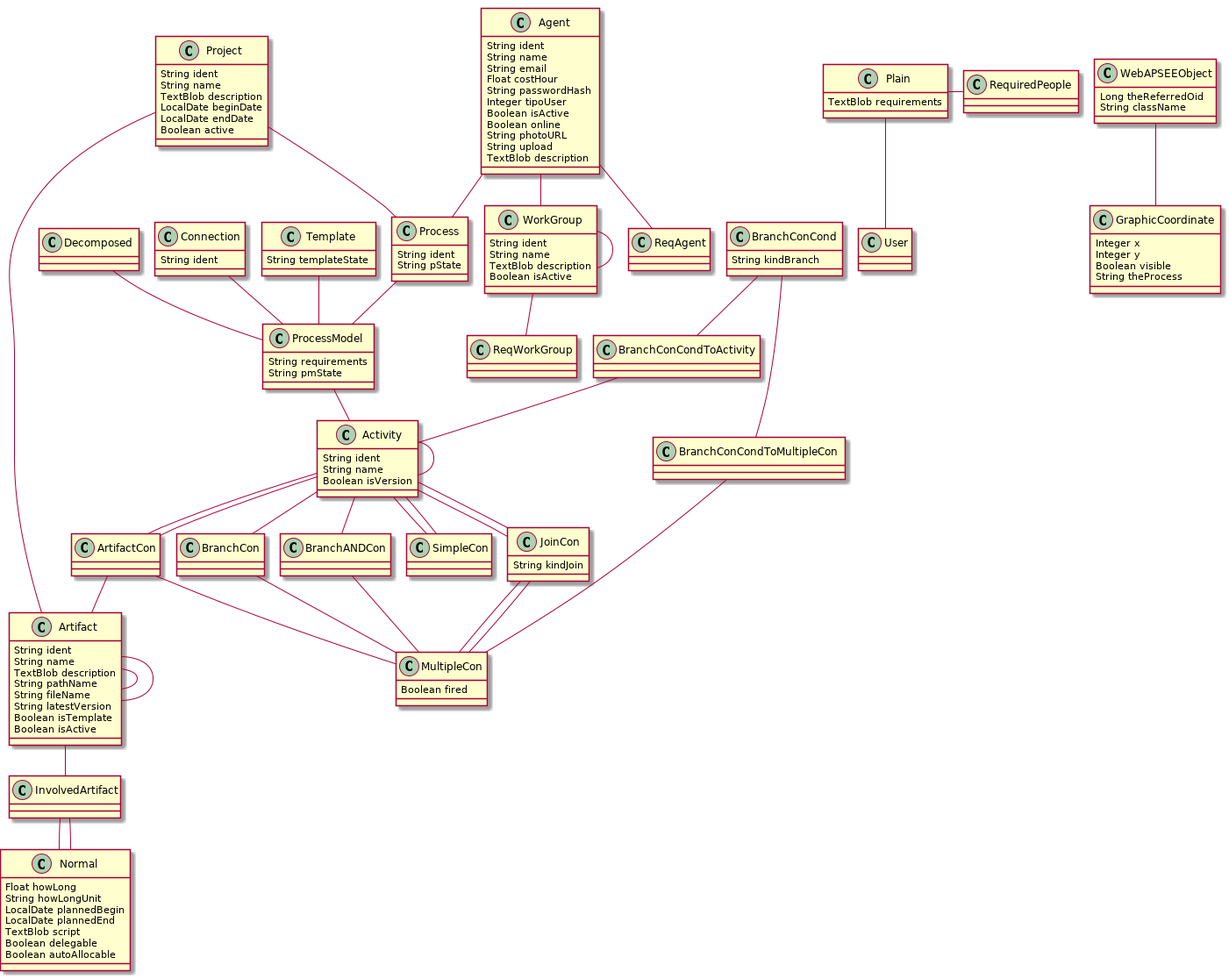
The PlantUML diagram data-model.png in Lakshamana/spm-mini, before a commit. Source of this version:
```plantuml
@startuml
	!pragma graphviz_dot jdot
	!pragma syntax class
	class Activity  {
		String ident
		String name
		Boolean isVersion
	}
	class Decomposed  {
	}
	class Plain  {
		TextBlob requirements
	}
	Activity  "hasVersions 0..1 " --o "isVersionOf 0..* "  Activity
	Activity  "fromSimpleCon 0..1 " --o "toActivity 0..* "  SimpleCon
	Activity  "toSimpleCon 0..1 " --o "fromActivity 0..* "  SimpleCon
	Activity  "fromJoinCon 0..1 " --o "toActivity 0..* "  JoinCon
	Activity  "toBranchCon 0..1 " --o "fromActivity 0..* "  BranchCon
	Activity  "toJoinCon 0..* " o--o "fromActivity 0..* "  JoinCon
	Activity  "fromBranchANDCon 0..* " o--o "toActivity 0..* "  BranchANDCon
	Activity  "fromArtifactCon 0..* " o--o "toActivity 0..* "  ArtifactCon
	Activity  "toArtifactCon 0..* " o--o "fromActivity 0..* "  ArtifactCon
	Decomposed  "theReferedProcessModel 0..1 " -- "theDecomposed 0..1 "  ProcessModel
	class Agent  {
		String ident
		String name
		String email
		Float costHour
		String passwordHash
		Integer tipoUser
		Boolean isActive
		Boolean online
		String photoURL
		String upload
		TextBlob description
	}
	class WorkGroup  {
		String ident
		String name
		TextBlob description
		Boolean isActive
	}
	WorkGroup  "superGroup 0..* " o-- "subGroups 0..1 "  WorkGroup
	Agent  "theReqAgent 0..1 " --o "theAgent 0..* "  ReqAgent
	WorkGroup  "theReqGroup 0..1 " --o "theWorkGroup 0..* "  ReqWorkGroup
	Agent  "theProcess 0..* " o--o "theAgent 0..* "  Process
	Agent  "theWorkGroup 0..* " o--o "theAgent 0..* "  WorkGroup
	class Artifact  {
		String ident
		String name
		TextBlob description
		String pathName
		String fileName
		String latestVersion
		Boolean isTemplate
		Boolean isActive
	}
	Artifact  "derivedFrom 0..* " o-- "derivedTo 0..1 "  Artifact
	Artifact  "belongsTo 0..* " o-- "possess 0..1 "  Artifact
	Artifact  "theInvolvedArtifacts 0..1 " --o "theArtifact 0..* "  InvolvedArtifact
	class Connection  {
		String ident
	}
	class ArtifactCon  {
	}
	class SimpleCon  {
	}
	class JoinCon  {
		String kindJoin
	}
	class MultipleCon  {
		Boolean fired
	}
	class BranchCon  {
	}
	class BranchANDCon  {
	}
	class BranchConCond  {
		String kindBranch
	}
	class BranchConCondToActivity  {
	}
	class BranchConCondToMultipleCon  {
	}
	BranchConCond  "theBranchConCondToActivity 0..1 " --o "theBranchConCond 0..* "  BranchConCondToActivity
	BranchConCond  "theBranchConCondToMultipleCon 0..1 " --o "theBranchConCond 0..* "  BranchConCondToMultipleCon
	ArtifactCon  "theArtifact 0..* " o-- "theArtifactCon 0..1 "  Artifact
	Connection  "theProcessModel 0..* " o-- "theConnection 0..1 "  ProcessModel
	BranchCon  "fromMultipleConnection 0..* " o-- "toBranchCon 0..1 "  MultipleCon
	BranchConCondToActivity  "theActivity 0..* " o-- "theBranchConCondToActivity 0..1 "  Activity
	BranchConCondToMultipleCon  "theMultipleCon 0..* " o-- "theBranchConCondToMultipleCon 0..1 "  MultipleCon
	JoinCon  "toMultipleCon 0..* " o-- "theJoinCon 0..1 "  MultipleCon
	ArtifactCon  "toMultipleCon 0..* " o--o "fromArtifactCon 0..* "  MultipleCon
	BranchANDCon  "toMultipleCon 0..* " o--o "theBranchANDCon 0..* "  MultipleCon
	JoinCon  "fromMultipleCon 0..* " o--o "theJoinConToMultipleCon 0..* "  MultipleCon
	class Project  {
		String ident
		String name
		TextBlob description
		LocalDate beginDate
		LocalDate endDate
		Boolean active
	}
	Project  "processRefered 0..* " o-- "theProject 0..1 "  Process
	Project  "finalArtifacts 0..1 " --o "theProject 0..* "  Artifact
	class InvolvedArtifact  {
	}
	class Normal  {
		Float howLong
		String howLongUnit
		LocalDate plannedBegin
		LocalDate plannedEnd
		TextBlob script
		Boolean delegable
		Boolean autoAllocable
	}
	class RequiredPeople  {
	}
	class ReqAgent  {
	}
	class ReqWorkGroup  {
	}
	InvolvedArtifact  "inInvolvedArtifacts 0..* " o-- "involvedArtifactToNormal 0..1 "  Normal
	InvolvedArtifact  "outInvolvedArtifacts 0..* " o-- "involvedArtifactFromNormal 0..1 "  Normal
	class GraphicCoordinate  {
		Integer x
		Integer y
		Boolean visible
		String theProcess
	}
	class WebAPSEEObject  {
		Long theReferredOid
		String className
	}
	WebAPSEEObject  "theGraphicCoordinate 0..1 " -- "theObjectReference 0..1 "  GraphicCoordinate
	class Process  {
		String ident
		String pState
	}
	class ProcessModel  {
		String requirements
		String pmState
	}
	class Template  {
		String templateState
	}
	ProcessModel  "theActivity 0..1 " --o "theProcessModel 0..* "  Activity
	Template  "theInstances 0..1 " --o "theOrigin 0..* "  ProcessModel
	Process  "theProcessModel 0..1 " -- "theProcess 0..1 "  ProcessModel
	class User  {
	}
@enduml
```
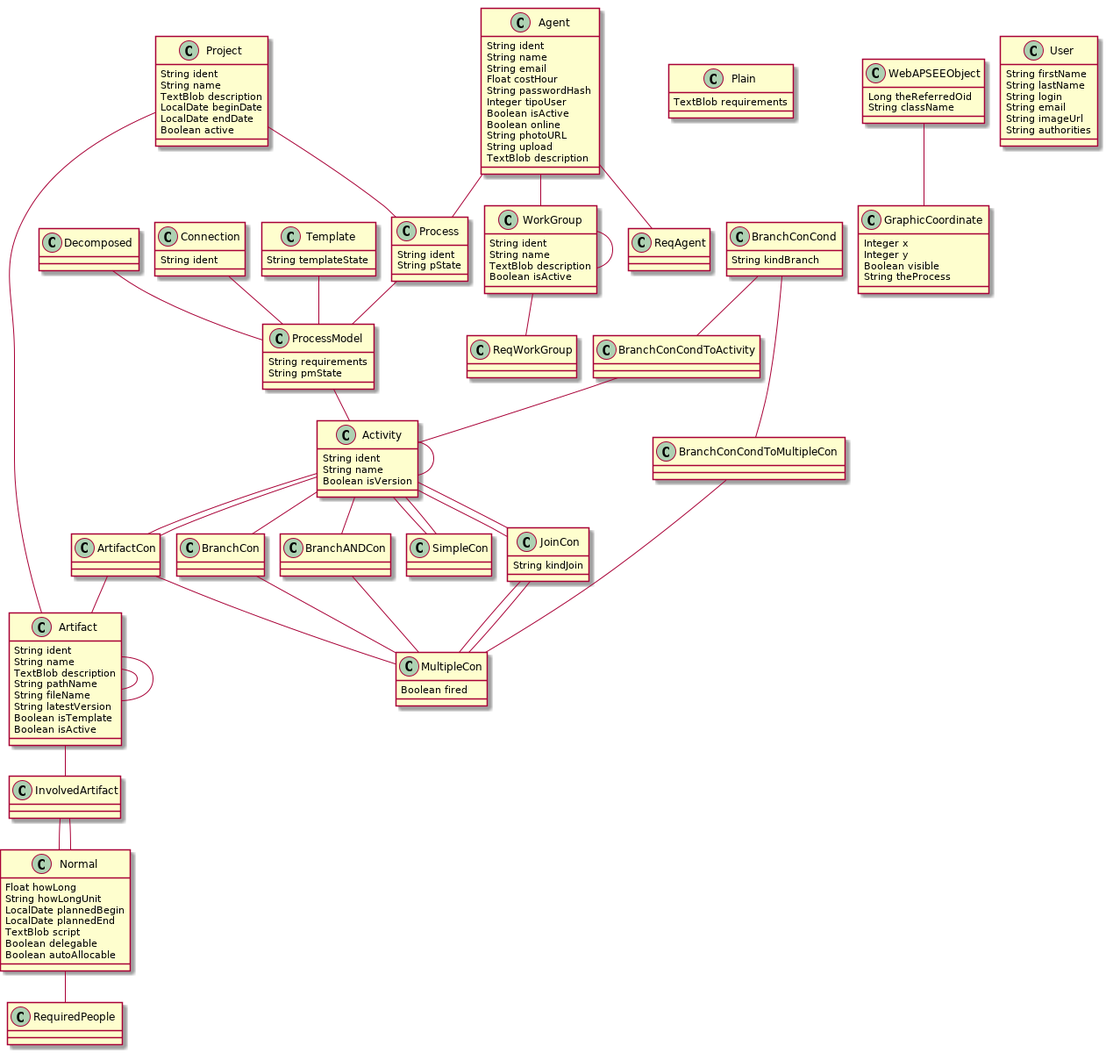
The same diagram one commit later.

The edit, as a diff of the source:
```diff
@@ -122,6 +122,7 @@
 	}
 	InvolvedArtifact  "inInvolvedArtifacts 0..* " o-- "involvedArtifactToNormal 0..1 "  Normal
 	InvolvedArtifact  "outInvolvedArtifacts 0..* " o-- "involvedArtifactFromNormal 0..1 "  Normal
+	Normal  "theRequiredPeople 0..1 " --o "theNormal 0..* "  RequiredPeople
 	class GraphicCoordinate  {
 		Integer x
 		Integer y
@@ -148,5 +149,11 @@
 	Template  "theInstances 0..1 " --o "theOrigin 0..* "  ProcessModel
 	Process  "theProcessModel 0..1 " -- "theProcess 0..1 "  ProcessModel
 	class User  {
+		String firstName
+		String lastName
+		String login
+		String email
+		String imageUrl
+		String authorities
 	}
 @enduml
```
